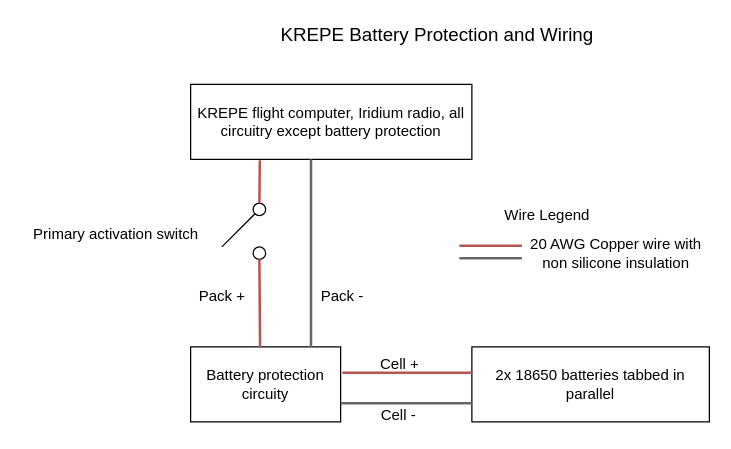
krups/iss-hardware keeps this draw.io diagram as doc/images/krepe-electrical-overview.drawio. Above is the earlier version. Source tidied: cells renumbered, new cells numbered last; positions are measured from the earlier drawing's top-left corner, leaving out a move shared by most shapes. Both pictures are drawn from the tidied source at 125%, with x=0, y=0 at pixel (21, 21).
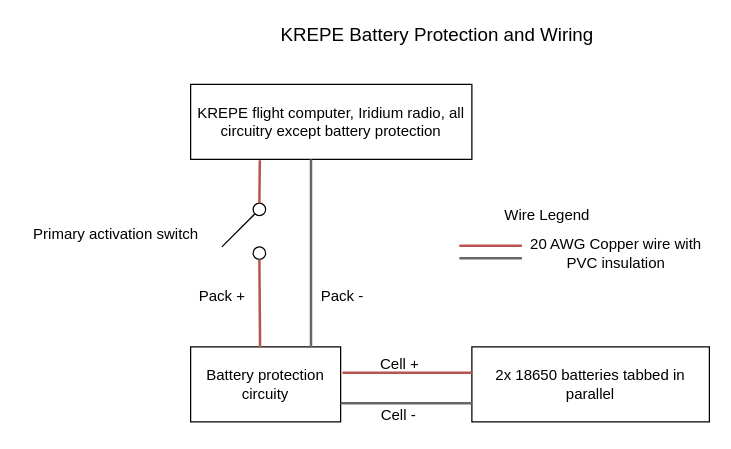
After the change.

The edit, as a diff of the source:
```diff
@@
-    <mxCell id="7" value="20 AWG Copper wire with&lt;br&gt;non silicone insulation" style="text;html=1;align=center;verticalAlign=middle;" parent="1" vertex="1">
+    <mxCell id="7" value="20 AWG Copper wire with&lt;br&gt;PVC insulation" style="text;html=1;align=center;verticalAlign=middle;" parent="1" vertex="1">
       <mxGeometry x="400" y="170" width="150" height="30" as="geometry" />
     </mxCell>
```
